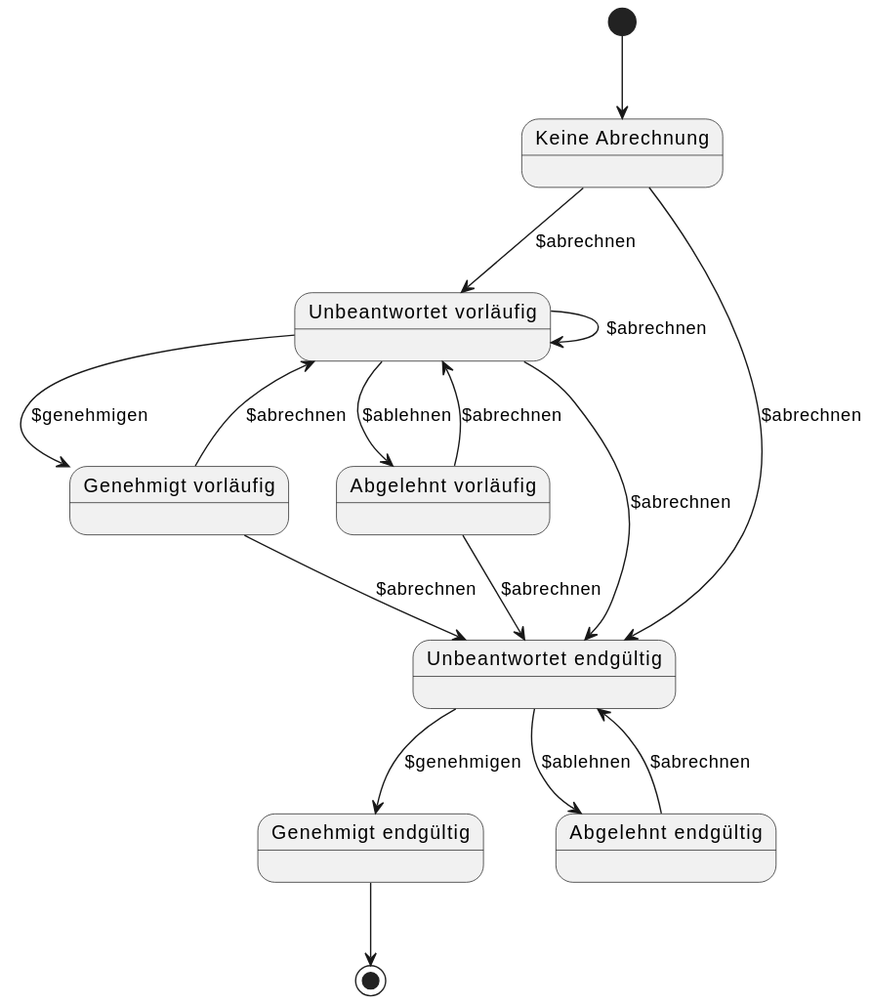
Above: r5-ELGA-MOPED-main/plantuml/moped-fall-abrechnen/abrechnen-zustaende.svg in HL7Austria/hl7austria.github.io (PlantUML), before the change. Its diagram source:
```plantuml
@startuml
state "Keine Abrechnung" as A
state "Unbeantwortet vorläufig" as B
state "Genehmigt vorläufig" as C
state "Abgelehnt vorläufig" as D
state "Unbeantwortet endgültig" as E
state "Genehmigt endgültig" as F
state "Abgelehnt endgültig" as G

[*] --> A
A --> B : $abrechnen
A --> E : $abrechnen
B --> C : $genehmigen
B --> D : $ablehnen
D --> B : $abrechnen
C --> B : $abrechnen
B --> B : $abrechnen
B --> E : $abrechnen
C --> E : $abrechnen
D --> E : $abrechnen
E --> F : $genehmigen
E --> G : $ablehnen
G --> E : $abrechnen
F --> [*]
@enduml
```
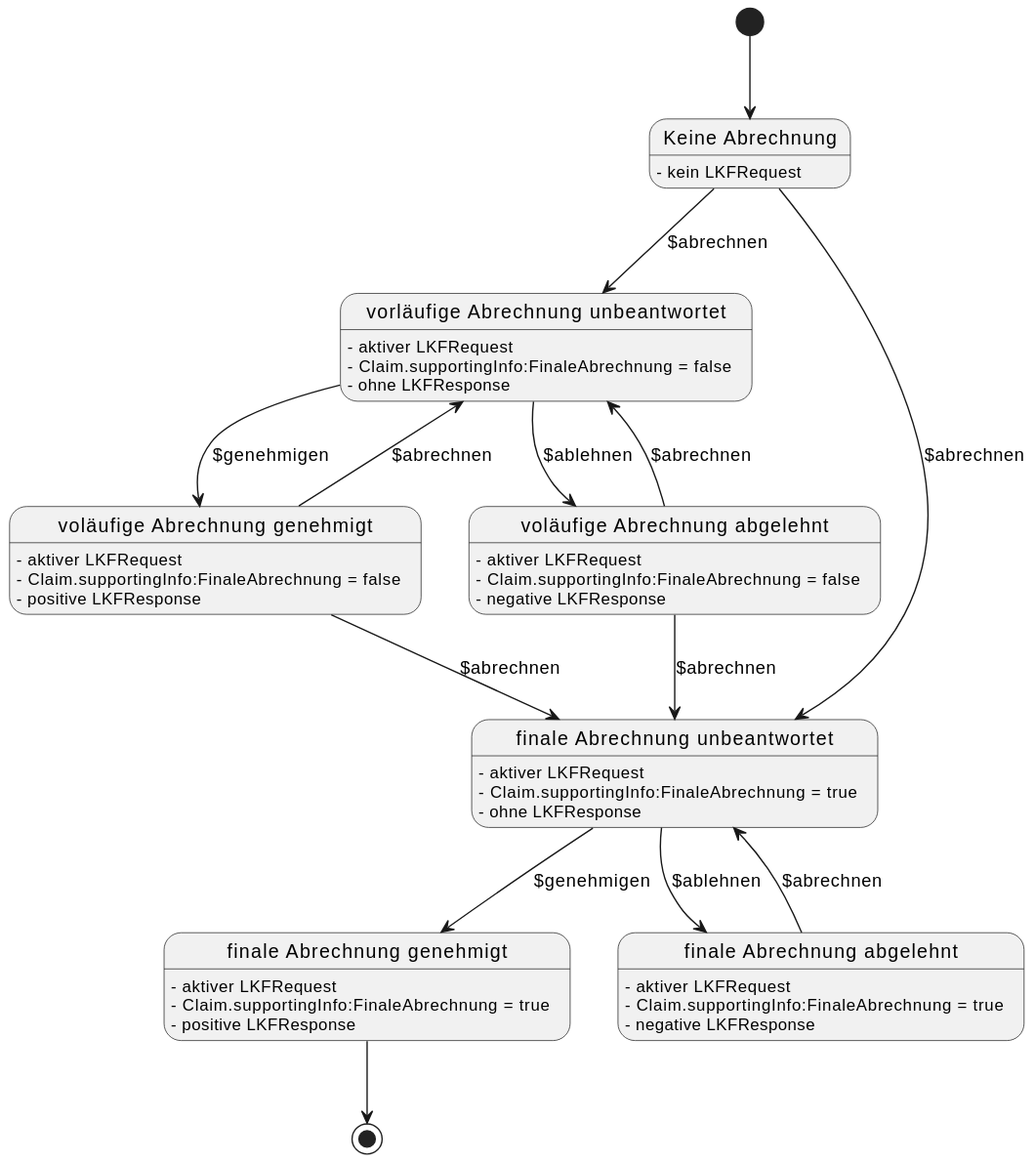
The same file after the commit.

Diff of the diagram source:
```diff
@@ -1,11 +1,20 @@
 @startuml
 state "Keine Abrechnung" as A
-state "Unbeantwortet vorläufig" as B
-state "Genehmigt vorläufig" as C
-state "Abgelehnt vorläufig" as D
-state "Unbeantwortet endgültig" as E
-state "Genehmigt endgültig" as F
-state "Abgelehnt endgültig" as G
+state "vorläufige Abrechnung unbeantwortet" as B
+state "voläufige Abrechnung genehmigt" as C
+state "voläufige Abrechnung abgelehnt" as D
+state "finale Abrechnung unbeantwortet" as E
+state "finale Abrechnung genehmigt" as F
+state "finale Abrechnung abgelehnt" as G
+
+A:  - kein LKFRequest
+B:  - aktiver LKFRequest\n- Claim.supportingInfo:FinaleAbrechnung = false\n- ohne LKFResponse
+C:  - aktiver LKFRequest\n- Claim.supportingInfo:FinaleAbrechnung = false\n- positive LKFResponse
+D:  - aktiver LKFRequest\n- Claim.supportingInfo:FinaleAbrechnung = false\n- negative LKFResponse
+E:  - aktiver LKFRequest\n- Claim.supportingInfo:FinaleAbrechnung = true\n- ohne LKFResponse
+F:  - aktiver LKFRequest\n- Claim.supportingInfo:FinaleAbrechnung = true\n- positive LKFResponse
+G:  - aktiver LKFRequest\n- Claim.supportingInfo:FinaleAbrechnung = true\n- negative LKFResponse
+
 
 [*] --> A
 A --> B : $abrechnen
@@ -14,8 +23,6 @@
 B --> D : $ablehnen
 D --> B : $abrechnen
 C --> B : $abrechnen
-B --> B : $abrechnen
-B --> E : $abrechnen
 C --> E : $abrechnen
 D --> E : $abrechnen
 E --> F : $genehmigen
```
